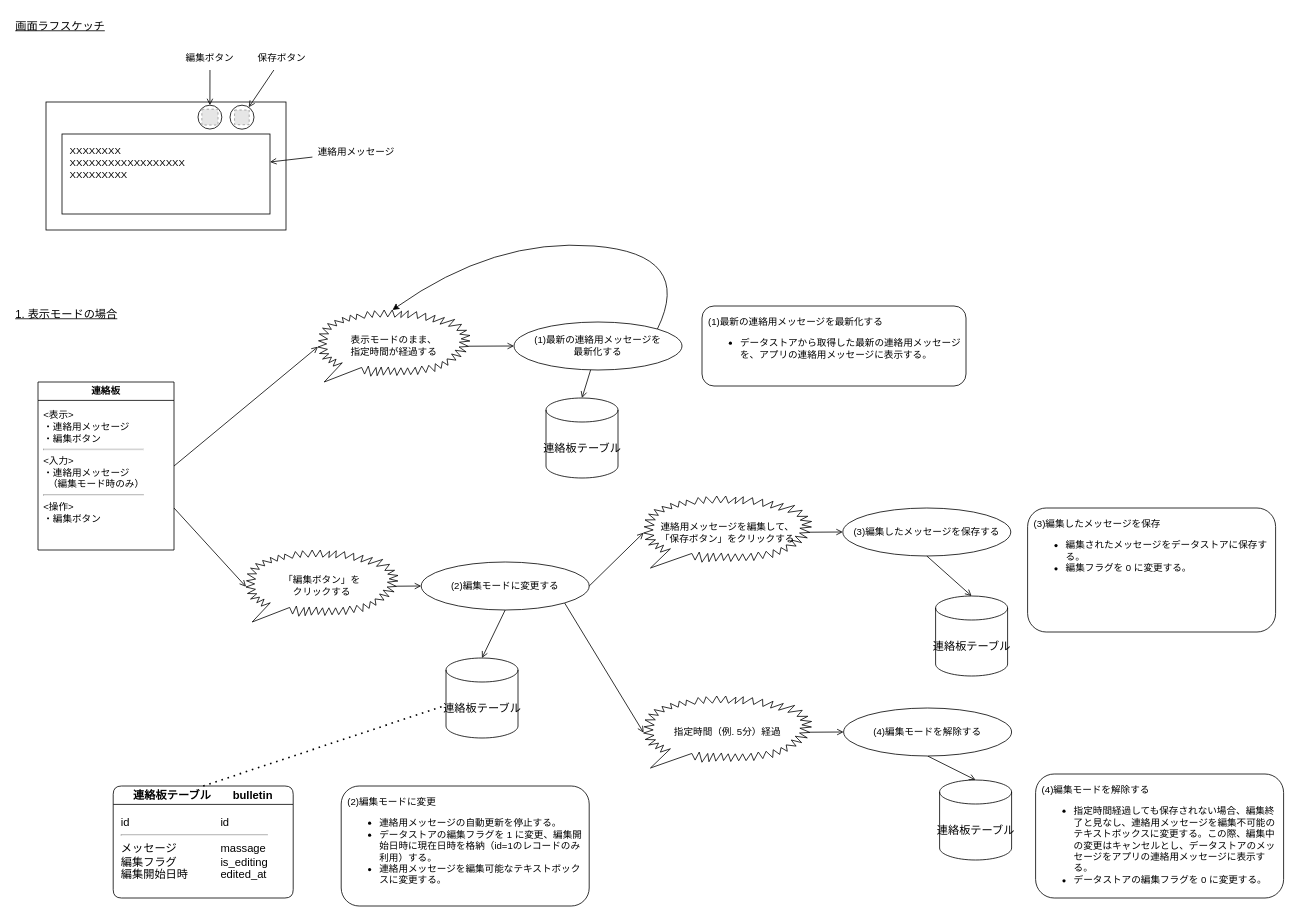
atman-33/electron-react-tailwindcss-shadcn-prisma-boilerplate keeps this draw.io diagram as docs/design/01-bulletin-board.drawio. Above is the earlier version. Source tidied: cells renumbered, new cells numbered last; positions are measured from the earlier drawing's top-left corner, leaving out a move shared by most shapes. Both pictures are drawn from the tidied source at 80%, with x=0, y=0 at pixel (14, 14). Pictures stored in the file or linked from it are replaced by grey dashed boxes.
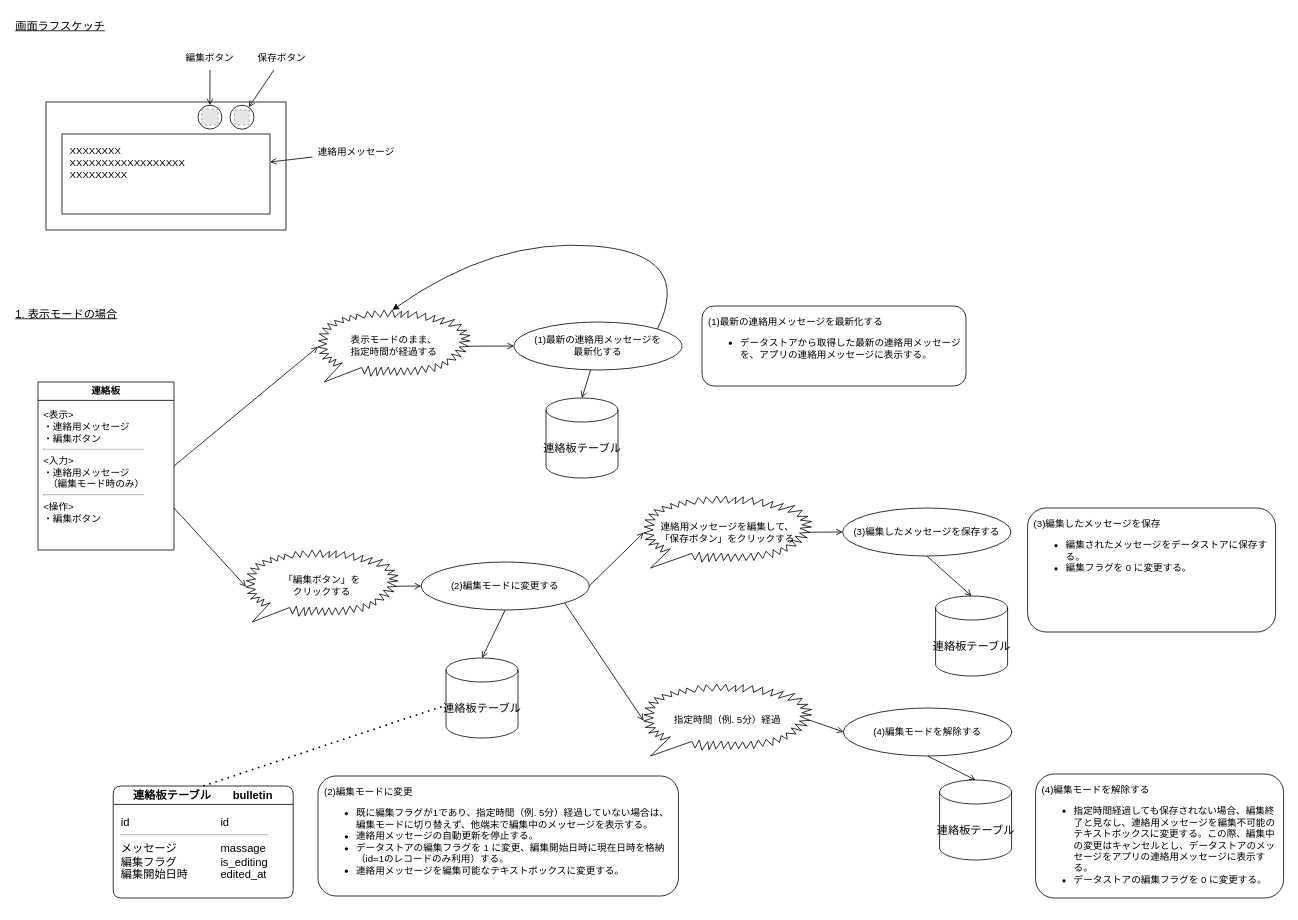
Above is the later version.

Diff of the diagram source:
```diff
@@
-    <mxCell id="16" value="(2)編集モードに変更&lt;br style=&quot;font-size: 12px;&quot;&gt;&lt;ul style=&quot;font-size: 12px;&quot;&gt;&lt;li style=&quot;font-size: 12px;&quot;&gt;&lt;span style=&quot;font-size: 12px;&quot;&gt;連絡用メッセージの自動更新を停止する。&lt;/span&gt;&lt;/li&gt;&lt;li style=&quot;font-size: 12px;&quot;&gt;&lt;span style=&quot;font-size: 12px;&quot;&gt;データストアの編集フラグを 1 に変更、編集開始日時に現在日時を格納（id=1のレコードのみ利用）する。&lt;/span&gt;&lt;/li&gt;&lt;li&gt;連絡用メッセージを編集可能なテキストボックスに変更する。&lt;/li&gt;&lt;/ul&gt;" style="rounded=1;whiteSpace=wrap;html=1;fontSize=12;align=left;horizontal=1;verticalAlign=top;spacing=8;" parent="1" vertex="1">
-      <mxGeometry x="409" y="965" width="310" height="150" as="geometry" />
+    <mxCell id="16" value="(2)編集モードに変更&lt;br style=&quot;font-size: 12px;&quot;&gt;&lt;ul style=&quot;font-size: 12px;&quot;&gt;&lt;li style=&quot;font-size: 12px;&quot;&gt;既に編集フラグが1であり、指定時間（例. 5分）経過していない場合は、編集モードに切り替えず、他端末で編集中のメッセージを表示する。&lt;/li&gt;&lt;li style=&quot;font-size: 12px;&quot;&gt;&lt;span style=&quot;font-size: 12px;&quot;&gt;連絡用メッセージの自動更新を停止する。&lt;/span&gt;&lt;/li&gt;&lt;li style=&quot;font-size: 12px;&quot;&gt;&lt;span style=&quot;font-size: 12px;&quot;&gt;データストアの編集フラグを 1 に変更、編集開始日時に現在日時を格納（id=1のレコードのみ利用）する。&lt;/span&gt;&lt;/li&gt;&lt;li&gt;連絡用メッセージを編集可能なテキストボックスに変更する。&lt;/li&gt;&lt;/ul&gt;" style="rounded=1;whiteSpace=wrap;html=1;fontSize=12;align=left;horizontal=1;verticalAlign=top;spacing=8;" parent="1" vertex="1">
+      <mxGeometry x="380" y="952.5" width="450.5" height="150" as="geometry" />
     </mxCell>
@@
     <mxCell id="47" value="指定時間（例. 5分）経過" style="whiteSpace=wrap;html=1;shape=mxgraph.basic.loud_callout;" parent="1" vertex="1">
-      <mxGeometry x="787" y="852.5" width="210" height="90" as="geometry" />
+      <mxGeometry x="787" y="837.5" width="210" height="90" as="geometry" />
     </mxCell>
```
